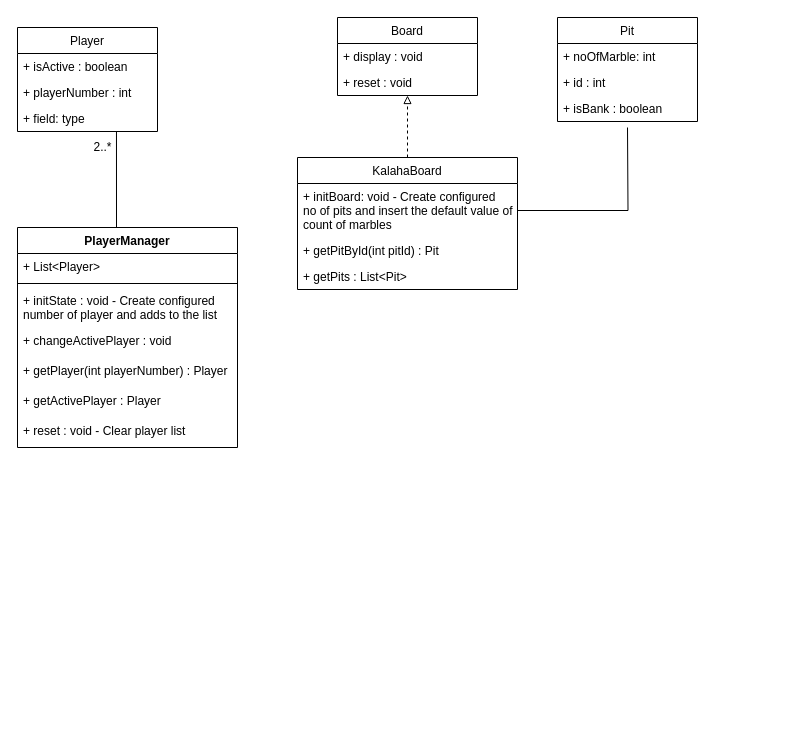
Above: Kalaha Game.drawio in schauhan16/KalahaGame (draw.io), before the change. Source tidied: cells renumbered, new cells numbered last; positions are measured from the earlier drawing's top-left corner, leaving out a move shared by most shapes. Both pictures are drawn from the tidied source at 100%, with x=0, y=0 at pixel (17, 17).
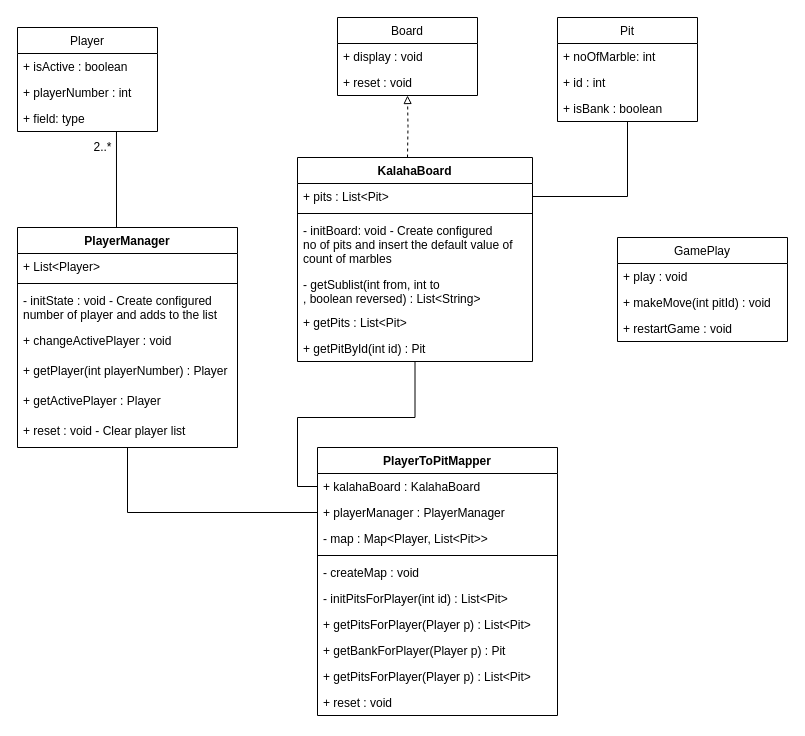
The same page after the edit.

Commit message:
Added Player Manager and Mapper

The change refers to these unchanged cells:
```xml
<mxCell id="2" value="Pit" style="swimlane;fontStyle=0;horizontal=1;startSize=26;fillColor=none;" parent="1" vertex="1">
  <mxGeometry x="540" width="140" height="104" as="geometry" />
</mxCell>
<mxCell id="10" value="PlayerManager" style="swimlane;fontStyle=1;align=center;verticalAlign=top;horizontal=1;startSize=26;" parent="1" vertex="1">
  <mxGeometry y="210" width="220" height="220" as="geometry" />
</mxCell>
<mxCell id="23" value="Board" style="swimlane;fontStyle=0;horizontal=1;startSize=26;fillColor=none;rounded=0;" parent="22" vertex="1">
  <mxGeometry x="40" width="140" height="78" as="geometry" />
</mxCell>
```

The edit, as a diff of the source:
```diff
@@
-    <mxCell id="13" value="+ initState : void - Create configured&#10;number of player and adds to the list" style="text;strokeColor=none;fillColor=none;align=left;verticalAlign=top;spacingLeft=4;spacingRight=4;overflow=hidden;" parent="10" vertex="1">
+    <mxCell id="13" value="- initState : void - Create configured&#10;number of player and adds to the list" style="text;strokeColor=none;fillColor=none;align=left;verticalAlign=top;spacingLeft=4;spacingRight=4;overflow=hidden;" parent="10" vertex="1">
       <mxGeometry y="60" width="220" height="40" as="geometry" />
     </mxCell>
@@
     <mxCell id="22" style="group;" parent="1" vertex="1">
-      <mxGeometry x="280" width="220" height="272" as="geometry" />
+      <mxGeometry x="280" width="280" height="344" as="geometry" />
     </mxCell>
@@
-    <mxCell id="26" style="edgeStyle=orthogonalEdgeStyle;rounded=0;jettySize=auto;html=1;entryX=0.5;entryY=1;entryDx=0;entryDy=0;endArrow=block;endFill=0;dashed=1;" parent="22" edge="1" source="27" target="23">
-      <mxGeometry relative="1" as="geometry" />
+    <mxCell id="26" style="edgeStyle=orthogonalEdgeStyle;rounded=0;jettySize=auto;html=1;entryX=0.5;entryY=1;entryDx=0;entryDy=0;endArrow=block;endFill=0;dashed=1;" parent="22" edge="1" target="23">
+      <mxGeometry relative="1" as="geometry">
+        <mxPoint x="110" y="140" as="sourcePoint" />
+      </mxGeometry>
     </mxCell>
-    <mxCell id="27" value="KalahaBoard" style="swimlane;fontStyle=0;horizontal=1;startSize=26;fillColor=none;rounded=0;" parent="22" vertex="1">
-      <mxGeometry y="140" width="220" height="132" as="geometry" />
+    <mxCell id="27" value="KalahaBoard" style="swimlane;fontStyle=1;align=center;verticalAlign=top;horizontal=1;startSize=26;rounded=0;" parent="22" vertex="1">
+      <mxGeometry y="140" width="235" height="204" as="geometry" />
     </mxCell>
+    <mxCell id="32" value="+ pits : List&lt;Pit&gt;" style="text;strokeColor=none;fillColor=none;align=left;verticalAlign=top;spacingLeft=4;spacingRight=4;overflow=hidden;points=[[0,0.5],[1,0.5]];portConstraint=eastwest;" parent="27" vertex="1">
+      <mxGeometry y="26" width="235" height="26" as="geometry" />
+    </mxCell>
+    <mxCell id="33" style="line;strokeWidth=1;fillColor=none;align=left;verticalAlign=middle;spacingTop=-1;spacingLeft=3;spacingRight=3;labelPosition=right;" parent="27" vertex="1">
+      <mxGeometry y="52" width="235" height="8" as="geometry" />
+    </mxCell>
-    <mxCell id="28" value="+ initBoard: void - Create configured &#10;no of pits and insert the default value of&#10;count of marbles" style="text;strokeColor=none;fillColor=none;align=left;verticalAlign=top;spacingLeft=4;spacingRight=4;overflow=hidden;points=[[0,0.5],[1,0.5]];portConstraint=eastwest;" parent="27" vertex="1">
-      <mxGeometry y="26" width="220" height="54" as="geometry" />
+    <mxCell id="28" value="- initBoard: void - Create configured &#10;no of pits and insert the default value of&#10;count of marbles" style="text;strokeColor=none;fillColor=none;align=left;verticalAlign=top;spacingLeft=4;spacingRight=4;overflow=hidden;points=[[0,0.5],[1,0.5]];portConstraint=eastwest;" parent="27" vertex="1">
+      <mxGeometry y="60" width="235" height="54" as="geometry" />
     </mxCell>
+    <mxCell id="34" value="- getSublist(int from, int to&#10;, boolean reversed) : List&lt;String&gt;" style="text;strokeColor=none;fillColor=none;align=left;verticalAlign=top;spacingLeft=4;spacingRight=4;overflow=hidden;" parent="27" vertex="1">
+      <mxGeometry y="114" width="235" height="38" as="geometry" />
+    </mxCell>
+    <mxCell id="30" value="+ getPits : List&lt;Pit&gt;" style="text;strokeColor=none;fillColor=none;align=left;verticalAlign=top;spacingLeft=4;spacingRight=4;overflow=hidden;" parent="27" vertex="1">
+      <mxGeometry y="152" width="235" height="26" as="geometry" />
+    </mxCell>
-    <mxCell id="29" value="+ getPitById(int pitId) : Pit" style="text;strokeColor=none;fillColor=none;align=left;verticalAlign=top;spacingLeft=4;spacingRight=4;overflow=hidden;" parent="27" vertex="1">
-      <mxGeometry y="80" width="220" height="26" as="geometry" />
+    <mxCell id="29" value="+ getPitById(int id) : Pit" style="text;strokeColor=none;fillColor=none;align=left;verticalAlign=top;spacingLeft=4;spacingRight=4;overflow=hidden;" parent="27" vertex="1">
+      <mxGeometry y="178" width="235" height="26" as="geometry" />
     </mxCell>
-    <mxCell id="30" value="+ getPits : List&lt;Pit&gt;" style="text;strokeColor=none;fillColor=none;align=left;verticalAlign=top;spacingLeft=4;spacingRight=4;overflow=hidden;" parent="27" vertex="1">
-      <mxGeometry y="106" width="220" height="26" as="geometry" />
-    </mxCell>
-    <mxCell id="31" style="edgeStyle=orthogonalEdgeStyle;rounded=0;jettySize=auto;html=1;exitX=1;exitY=0.5;exitDx=0;exitDy=0;endArrow=none;endFill=0;strokeWidth=1;" parent="1" edge="1" source="28">
-      <mxGeometry relative="1" as="geometry">
-        <mxPoint x="610" y="110" as="targetPoint" />
-      </mxGeometry>
+    <mxCell id="31" style="edgeStyle=orthogonalEdgeStyle;rounded=0;jettySize=auto;html=1;exitX=1;exitY=0.5;exitDx=0;exitDy=0;endArrow=none;endFill=0;strokeWidth=1;" parent="1" edge="1" source="32" target="2">
+      <mxGeometry relative="1" as="geometry" />
     </mxCell>
+    <mxCell id="35" value="PlayerToPitMapper" style="swimlane;fontStyle=1;align=center;verticalAlign=top;horizontal=1;startSize=26;rounded=0;" parent="1" vertex="1">
+      <mxGeometry x="300" y="430" width="240" height="268" as="geometry" />
+    </mxCell>
+    <mxCell id="36" value="+ kalahaBoard : KalahaBoard" style="text;strokeColor=none;fillColor=none;align=left;verticalAlign=top;spacingLeft=4;spacingRight=4;overflow=hidden;points=[[0,0.5],[1,0.5]];portConstraint=eastwest;" parent="35" vertex="1">
+      <mxGeometry y="26" width="240" height="26" as="geometry" />
+    </mxCell>
+    <mxCell id="37" value="+ playerManager : PlayerManager" style="text;strokeColor=none;fillColor=none;align=left;verticalAlign=top;spacingLeft=4;spacingRight=4;overflow=hidden;points=[[0,0.5],[1,0.5]];portConstraint=eastwest;" parent="35" vertex="1">
+      <mxGeometry y="52" width="240" height="26" as="geometry" />
+    </mxCell>
+    <mxCell id="38" value="- map : Map&lt;Player, List&lt;Pit&gt;&gt;" style="text;strokeColor=none;fillColor=none;align=left;verticalAlign=top;spacingLeft=4;spacingRight=4;overflow=hidden;" parent="35" vertex="1">
+      <mxGeometry y="78" width="240" height="26" as="geometry" />
+    </mxCell>
+    <mxCell id="39" style="line;strokeWidth=1;fillColor=none;align=left;verticalAlign=middle;spacingTop=-1;spacingLeft=3;spacingRight=3;labelPosition=right;" parent="35" vertex="1">
+      <mxGeometry y="104" width="240" height="8" as="geometry" />
+    </mxCell>
+    <mxCell id="40" value="- createMap : void" style="text;strokeColor=none;fillColor=none;align=left;verticalAlign=top;spacingLeft=4;spacingRight=4;overflow=hidden;" parent="35" vertex="1">
+      <mxGeometry y="112" width="240" height="26" as="geometry" />
+    </mxCell>
+    <mxCell id="41" value="- initPitsForPlayer(int id) : List&lt;Pit&gt;" style="text;strokeColor=none;fillColor=none;align=left;verticalAlign=top;spacingLeft=4;spacingRight=4;overflow=hidden;" parent="35" vertex="1">
+      <mxGeometry y="138" width="240" height="26" as="geometry" />
+    </mxCell>
+    <mxCell id="42" value="+ getPitsForPlayer(Player p) : List&lt;Pit&gt;" style="text;strokeColor=none;fillColor=none;align=left;verticalAlign=top;spacingLeft=4;spacingRight=4;overflow=hidden;" parent="35" vertex="1">
+      <mxGeometry y="164" width="240" height="26" as="geometry" />
+    </mxCell>
+    <mxCell id="43" value="+ getBankForPlayer(Player p) : Pit" style="text;strokeColor=none;fillColor=none;align=left;verticalAlign=top;spacingLeft=4;spacingRight=4;overflow=hidden;" parent="35" vertex="1">
+      <mxGeometry y="190" width="240" height="26" as="geometry" />
+    </mxCell>
+    <mxCell id="44" value="+ getPitsForPlayer(Player p) : List&lt;Pit&gt;" style="text;strokeColor=none;fillColor=none;align=left;verticalAlign=top;spacingLeft=4;spacingRight=4;overflow=hidden;" parent="35" vertex="1">
+      <mxGeometry y="216" width="240" height="26" as="geometry" />
+    </mxCell>
+    <mxCell id="45" value="+ reset : void" style="text;strokeColor=none;fillColor=none;align=left;verticalAlign=top;spacingLeft=4;spacingRight=4;overflow=hidden;" parent="35" vertex="1">
+      <mxGeometry y="242" width="240" height="26" as="geometry" />
+    </mxCell>
+    <mxCell id="46" style="edgeStyle=orthogonalEdgeStyle;rounded=0;jettySize=auto;html=1;exitX=0;exitY=0.5;exitDx=0;exitDy=0;endArrow=none;endFill=0;strokeWidth=1;" parent="1" edge="1" source="37" target="10">
+      <mxGeometry relative="1" as="geometry" />
+    </mxCell>
+    <mxCell id="47" style="edgeStyle=orthogonalEdgeStyle;rounded=0;jettySize=auto;html=1;endArrow=none;endFill=0;strokeWidth=1;" parent="1" edge="1" source="36" target="27">
+      <mxGeometry relative="1" as="geometry" />
+    </mxCell>
+    <mxCell id="48" value="GamePlay" style="swimlane;fontStyle=0;horizontal=1;startSize=26;fillColor=none;rounded=0;" parent="1" vertex="1">
+      <mxGeometry x="600" y="220" width="170" height="104" as="geometry" />
+    </mxCell>
+    <mxCell id="49" value="+ play : void" style="text;strokeColor=none;fillColor=none;align=left;verticalAlign=top;spacingLeft=4;spacingRight=4;overflow=hidden;" parent="48" vertex="1">
+      <mxGeometry y="26" width="170" height="26" as="geometry" />
+    </mxCell>
+    <mxCell id="50" value="+ makeMove(int pitId) : void" style="text;strokeColor=none;fillColor=none;align=left;verticalAlign=top;spacingLeft=4;spacingRight=4;overflow=hidden;" parent="48" vertex="1">
+      <mxGeometry y="52" width="170" height="26" as="geometry" />
+    </mxCell>
+    <mxCell id="51" value="+ restartGame : void" style="text;strokeColor=none;fillColor=none;align=left;verticalAlign=top;spacingLeft=4;spacingRight=4;overflow=hidden;" parent="48" vertex="1">
+      <mxGeometry y="78" width="170" height="26" as="geometry" />
+    </mxCell>
```
